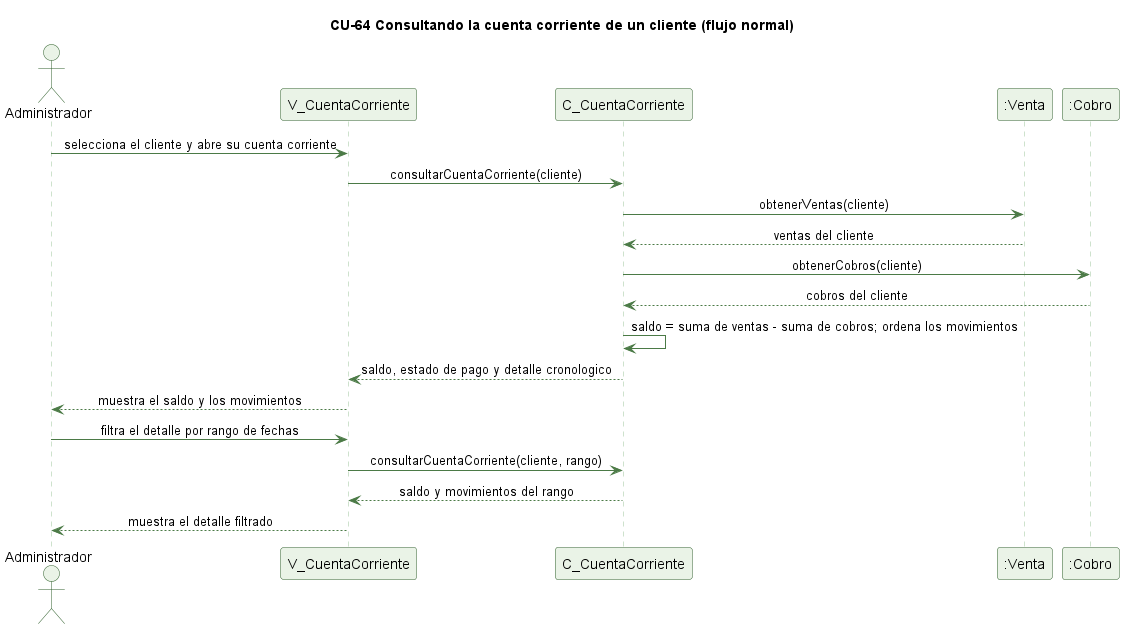
Above: docs/trabajo-grupal/diagramas/secuencias/cu64-cuenta-corriente-normal.png in kenjikaese/Triverde (PlantUML), before the change. The source it was exported from:
```plantuml
@startuml cu64-cuenta-corriente-normal
skinparam backgroundColor #FFFFFF
skinparam shadowing false
skinparam defaultFontName Helvetica
skinparam sequenceMessageAlign center
skinparam ParticipantBackgroundColor #EAF3E7
skinparam ParticipantBorderColor #2E5E2A
skinparam ActorBackgroundColor #EAF3E7
skinparam ActorBorderColor #2E5E2A
skinparam sequenceLifeLineBorderColor #9CC49A
skinparam ArrowColor #4B7A46

title CU-64 Consultando la cuenta corriente de un cliente (flujo normal)

actor Administrador
participant "V_CuentaCorriente" as V
participant "C_CuentaCorriente" as C
participant ":Venta" as VT
participant ":Cobro" as CB

Administrador -> V : selecciona el cliente y abre su cuenta corriente
V -> C : consultarCuentaCorriente(cliente)
C -> VT : obtenerVentas(cliente)
VT --> C : ventas del cliente
C -> CB : obtenerCobros(cliente)
CB --> C : cobros del cliente
C -> C : saldo = suma de ventas - suma de cobros; ordena los movimientos
C --> V : saldo, estado de pago y detalle cronologico
V --> Administrador : muestra el saldo y los movimientos
Administrador -> V : filtra el detalle por rango de fechas
V -> C : consultarCuentaCorriente(cliente, rango)
C --> V : saldo y movimientos del rango
V --> Administrador : muestra el detalle filtrado

@enduml
```
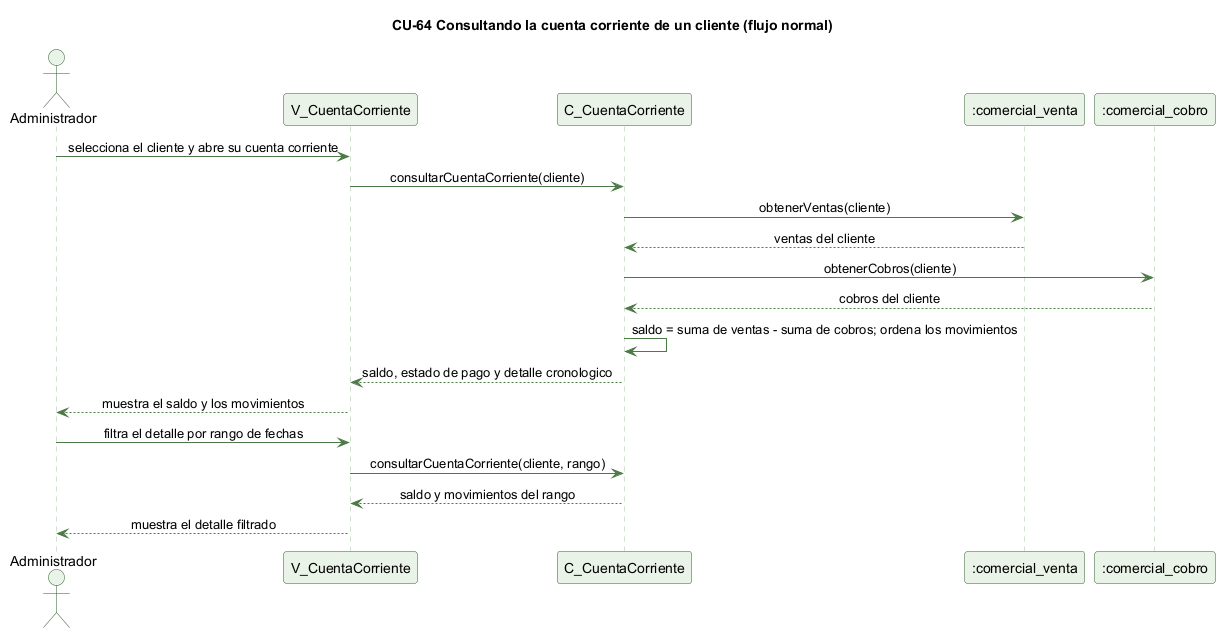
Above is the later version.

Diff of the diagram source:
```diff
@@ -15,8 +15,8 @@
 actor Administrador
 participant "V_CuentaCorriente" as V
 participant "C_CuentaCorriente" as C
-participant ":Venta" as VT
-participant ":Cobro" as CB
+participant ":comercial_venta" as VT
+participant ":comercial_cobro" as CB
 
 Administrador -> V : selecciona el cliente y abre su cuenta corriente
 V -> C : consultarCuentaCorriente(cliente)
```
